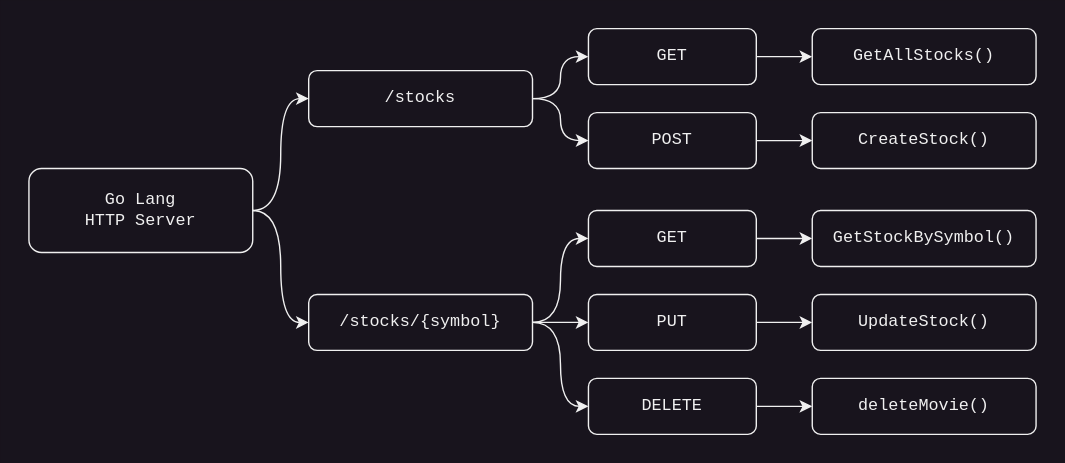
Before: go-stock-data-api/architecture-diagram.svg, a diagram exported from draw.io (DataRohit/Go-Lang-Projects). Source tidied: cells renumbered, new cells last; positions are measured from the earlier drawing's top-left corner, leaving out a move shared by most shapes. Its diagram source:
```xml
<mxGraphModel>
  <root>
    <mxCell id="0" />
    <mxCell id="1" parent="0" />
    <mxCell id="2" style="edgeStyle=orthogonalEdgeStyle;rounded=0;jettySize=auto;html=1;entryX=0;entryY=0.5;entryDx=0;entryDy=0;curved=1;" parent="1" edge="1" source="4" target="7">
      <mxGeometry relative="1" as="geometry" />
    </mxCell>
    <mxCell id="3" style="edgeStyle=orthogonalEdgeStyle;rounded=0;jettySize=auto;html=1;entryX=0;entryY=0.5;entryDx=0;entryDy=0;curved=1;" parent="1" edge="1" source="4" target="11">
      <mxGeometry relative="1" as="geometry" />
    </mxCell>
    <mxCell id="4" value="G&lt;font&gt;o Lang&lt;br&gt;HTTP Server&lt;/font&gt;" style="rounded=1;whiteSpace=wrap;html=1;fontFamily=Courier New;" parent="1" vertex="1">
      <mxGeometry y="100" width="160" height="60" as="geometry" />
    </mxCell>
    <mxCell id="5" style="edgeStyle=orthogonalEdgeStyle;rounded=0;jettySize=auto;html=1;entryX=0;entryY=0.5;entryDx=0;entryDy=0;curved=1;" parent="1" edge="1" source="7" target="13">
      <mxGeometry relative="1" as="geometry" />
    </mxCell>
    <mxCell id="6" style="edgeStyle=orthogonalEdgeStyle;rounded=0;jettySize=auto;html=1;entryX=0;entryY=0.5;entryDx=0;entryDy=0;curved=1;" parent="1" edge="1" source="7" target="15">
      <mxGeometry relative="1" as="geometry" />
    </mxCell>
    <mxCell id="7" value="/stocks" style="rounded=1;whiteSpace=wrap;html=1;fontFamily=Courier New;" parent="1" vertex="1">
      <mxGeometry x="200" y="30" width="160" height="40" as="geometry" />
    </mxCell>
    <mxCell id="8" style="edgeStyle=orthogonalEdgeStyle;rounded=0;jettySize=auto;html=1;entryX=0;entryY=0.5;entryDx=0;entryDy=0;curved=1;" parent="1" edge="1" source="11" target="19">
      <mxGeometry relative="1" as="geometry" />
    </mxCell>
    <mxCell id="9" style="edgeStyle=orthogonalEdgeStyle;rounded=0;jettySize=auto;html=1;entryX=0;entryY=0.5;entryDx=0;entryDy=0;" parent="1" edge="1" source="11" target="21">
      <mxGeometry relative="1" as="geometry" />
    </mxCell>
    <mxCell id="10" style="edgeStyle=orthogonalEdgeStyle;rounded=0;jettySize=auto;html=1;entryX=0;entryY=0.5;entryDx=0;entryDy=0;curved=1;" parent="1" edge="1" source="11" target="23">
      <mxGeometry relative="1" as="geometry" />
    </mxCell>
    <mxCell id="11" value="/stocks/{symbol}" style="rounded=1;whiteSpace=wrap;html=1;fontFamily=Courier New;" parent="1" vertex="1">
      <mxGeometry x="200" y="190" width="160" height="40" as="geometry" />
    </mxCell>
    <mxCell id="12" style="edgeStyle=orthogonalEdgeStyle;rounded=0;jettySize=auto;html=1;entryX=0;entryY=0.5;entryDx=0;entryDy=0;" parent="1" edge="1" source="13" target="16">
      <mxGeometry relative="1" as="geometry" />
    </mxCell>
    <mxCell id="13" value="GET" style="rounded=1;whiteSpace=wrap;html=1;fontFamily=Courier New;" parent="1" vertex="1">
      <mxGeometry x="400" width="120" height="40" as="geometry" />
    </mxCell>
    <mxCell id="14" style="edgeStyle=orthogonalEdgeStyle;rounded=0;jettySize=auto;html=1;exitX=1;exitY=0.5;exitDx=0;exitDy=0;entryX=0;entryY=0.5;entryDx=0;entryDy=0;" parent="1" edge="1" source="15" target="17">
      <mxGeometry relative="1" as="geometry" />
    </mxCell>
    <mxCell id="15" value="POST" style="rounded=1;whiteSpace=wrap;html=1;fontFamily=Courier New;" parent="1" vertex="1">
      <mxGeometry x="400" y="60" width="120" height="40" as="geometry" />
    </mxCell>
    <mxCell id="16" value="GetAllStocks()" style="rounded=1;whiteSpace=wrap;html=1;fontFamily=Courier New;" parent="1" vertex="1">
      <mxGeometry x="560" width="160" height="40" as="geometry" />
    </mxCell>
    <mxCell id="17" value="CreateStock()" style="rounded=1;whiteSpace=wrap;html=1;fontFamily=Courier New;" parent="1" vertex="1">
      <mxGeometry x="560" y="60" width="160" height="40" as="geometry" />
    </mxCell>
    <mxCell id="18" style="edgeStyle=orthogonalEdgeStyle;rounded=0;jettySize=auto;html=1;entryX=0;entryY=0.5;entryDx=0;entryDy=0;" parent="1" edge="1" source="19" target="24">
      <mxGeometry relative="1" as="geometry" />
    </mxCell>
    <mxCell id="19" value="GET" style="rounded=1;whiteSpace=wrap;html=1;fontFamily=Courier New;" parent="1" vertex="1">
      <mxGeometry x="400" y="130" width="120" height="40" as="geometry" />
    </mxCell>
    <mxCell id="20" style="edgeStyle=orthogonalEdgeStyle;rounded=0;jettySize=auto;html=1;entryX=0;entryY=0.5;entryDx=0;entryDy=0;" parent="1" edge="1" source="21" target="25">
      <mxGeometry relative="1" as="geometry" />
    </mxCell>
    <mxCell id="21" value="PUT" style="rounded=1;whiteSpace=wrap;html=1;fontFamily=Courier New;" parent="1" vertex="1">
      <mxGeometry x="400" y="190" width="120" height="40" as="geometry" />
    </mxCell>
    <mxCell id="22" style="edgeStyle=orthogonalEdgeStyle;rounded=0;jettySize=auto;html=1;entryX=0;entryY=0.5;entryDx=0;entryDy=0;" parent="1" edge="1" source="23" target="26">
      <mxGeometry relative="1" as="geometry" />
    </mxCell>
    <mxCell id="23" value="DELETE" style="rounded=1;whiteSpace=wrap;html=1;fontFamily=Courier New;" parent="1" vertex="1">
      <mxGeometry x="400" y="250" width="120" height="40" as="geometry" />
    </mxCell>
    <mxCell id="24" value="GetStockBySymbol()" style="rounded=1;whiteSpace=wrap;html=1;fontFamily=Courier New;" parent="1" vertex="1">
      <mxGeometry x="560" y="130" width="160" height="40" as="geometry" />
    </mxCell>
    <mxCell id="25" value="UpdateStock()" style="rounded=1;whiteSpace=wrap;html=1;fontFamily=Courier New;" parent="1" vertex="1">
      <mxGeometry x="560" y="190" width="160" height="40" as="geometry" />
    </mxCell>
    <mxCell id="26" value="deleteMovie()" style="rounded=1;whiteSpace=wrap;html=1;fontFamily=Courier New;" parent="1" vertex="1">
      <mxGeometry x="560" y="250" width="160" height="40" as="geometry" />
    </mxCell>
  </root>
</mxGraphModel>
```
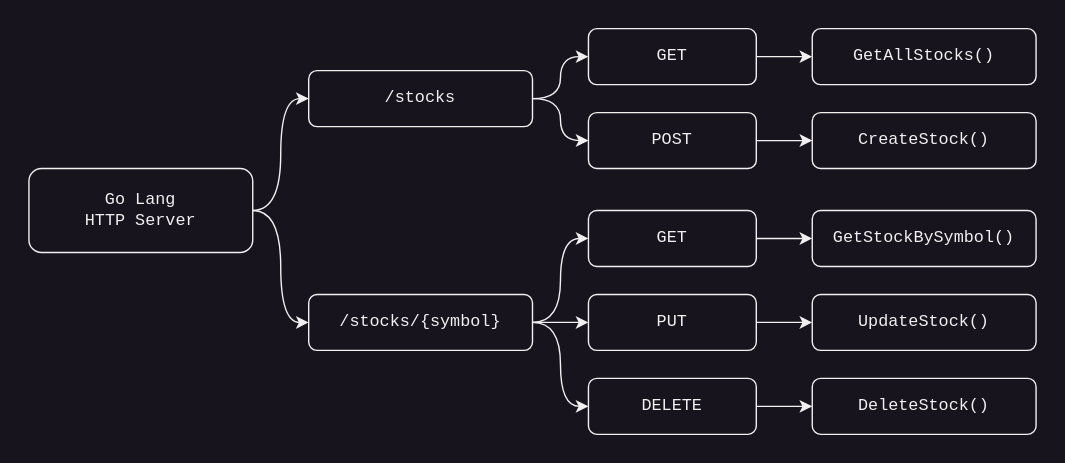
After the change.

Commit message:
project 5 - chore/fix: architecture diagram fixed

The edit, as a diff of the source:
```diff
@@ -74,7 +74,7 @@
     <mxCell id="25" value="UpdateStock()" style="rounded=1;whiteSpace=wrap;html=1;fontFamily=Courier New;" parent="1" vertex="1">
       <mxGeometry x="560" y="190" width="160" height="40" as="geometry" />
     </mxCell>
-    <mxCell id="26" value="deleteMovie()" style="rounded=1;whiteSpace=wrap;html=1;fontFamily=Courier New;" parent="1" vertex="1">
+    <mxCell id="26" value="DeleteStock()" style="rounded=1;whiteSpace=wrap;html=1;fontFamily=Courier New;" parent="1" vertex="1">
       <mxGeometry x="560" y="250" width="160" height="40" as="geometry" />
     </mxCell>
   </root>
```
